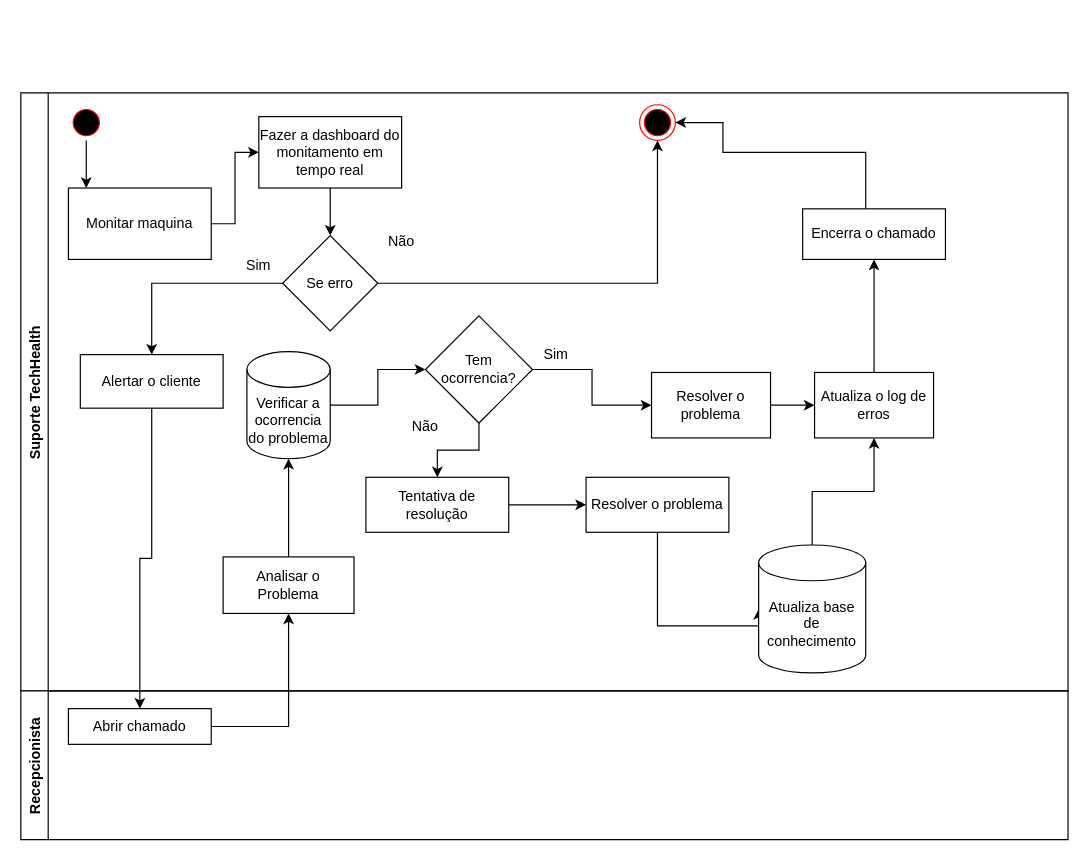
This is Sprint2/BPMN/BPMN - Tech Health.drawio from Grupo-9-SPTECH/Documentos-grupo9, a draw.io file, before an edit. Source tidied: cells renumbered, new cells numbered last; positions are measured from the earlier drawing's top-left corner, leaving out a move shared by most shapes. Both pictures are drawn from the tidied source at 119%, with x=0, y=0 at pixel (20, 92).
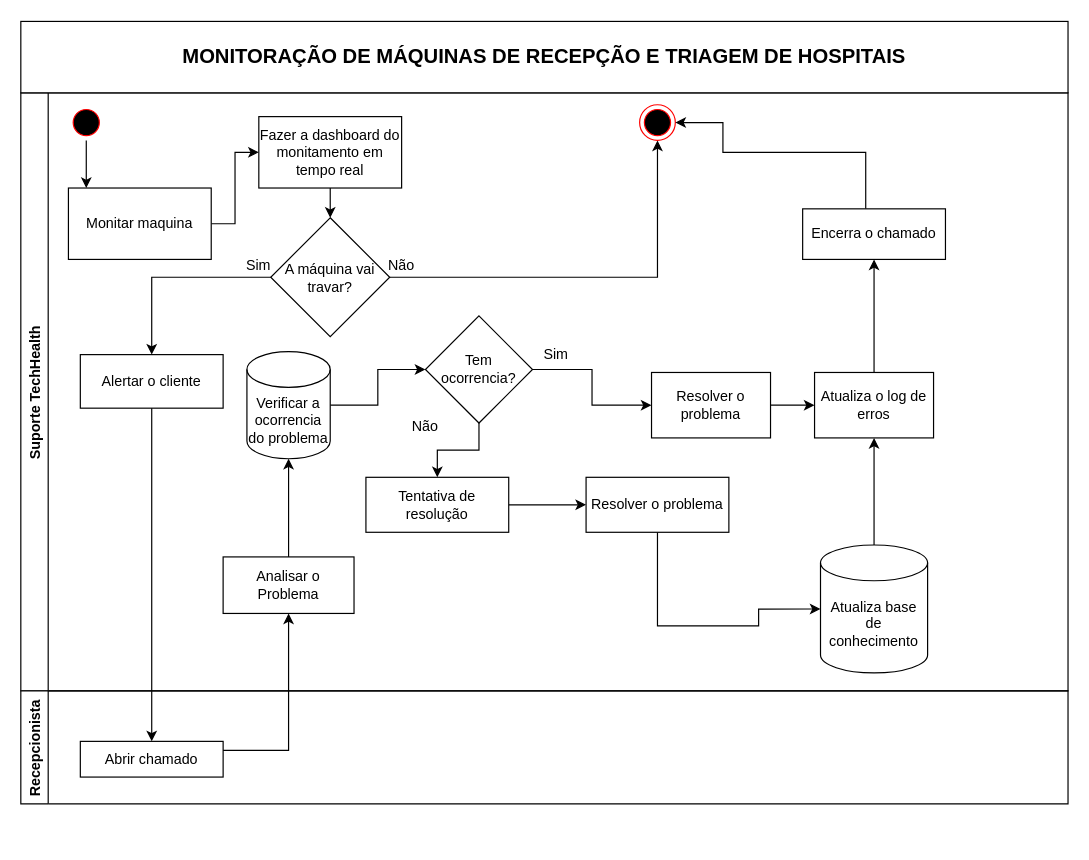
Above is the later version.

The change refers to these unchanged cells:
```xml
<mxCell id="2" value="Suporte TechHealth" style="swimlane;horizontal=0;" parent="1" vertex="1">
  <mxGeometry y="0.5" width="880" height="502.5" as="geometry" />
</mxCell>
<mxCell id="17" value="Analisar o Problema" style="whiteSpace=wrap;html=1;" parent="2" vertex="1">
  <mxGeometry x="170" y="390" width="110" height="47.5" as="geometry" />
</mxCell>
```

Diff of the diagram source:
```diff
@@
-    <mxCell id="10" value="Se erro" style="rhombus;whiteSpace=wrap;html=1;" parent="2" vertex="1">
-      <mxGeometry x="220" y="120" width="80" height="80" as="geometry" />
+    <mxCell id="10" value="A máquina vai travar?" style="rhombus;whiteSpace=wrap;html=1;" parent="2" vertex="1">
+      <mxGeometry x="210" y="105" width="100" height="100" as="geometry" />
     </mxCell>
@@
     <mxCell id="15" value="Não" style="text;html=1;strokeColor=none;fillColor=none;align=center;verticalAlign=middle;whiteSpace=wrap;rounded=0;" parent="2" vertex="1">
-      <mxGeometry x="290" y="110" width="60" height="30" as="geometry" />
+      <mxGeometry x="290" y="130" width="60" height="30" as="geometry" />
     </mxCell>
@@
     <mxCell id="34" value="Atualiza base de conhecimento" style="shape=cylinder3;whiteSpace=wrap;html=1;boundedLbl=1;backgroundOutline=1;size=15;" parent="2" vertex="1">
-      <mxGeometry x="620" y="380" width="90" height="107.5" as="geometry" />
+      <mxGeometry x="672" y="380" width="90" height="107.5" as="geometry" />
     </mxCell>
@@
     <mxCell id="37" value="Recepcionista" style="swimlane;horizontal=0;" parent="1" vertex="1">
-      <mxGeometry y="503" width="880" height="125" as="geometry" />
+      <mxGeometry y="503" width="880" height="95" as="geometry" />
     </mxCell>
     <mxCell id="38" value="Abrir chamado" style="whiteSpace=wrap;html=1;" parent="37" vertex="1">
-      <mxGeometry x="40" y="15" width="120" height="30" as="geometry" />
+      <mxGeometry x="50" y="42.5" width="120" height="30" as="geometry" />
     </mxCell>
@@
     <mxCell id="40" style="edgeStyle=orthogonalEdgeStyle;rounded=0;jettySize=auto;html=1;" parent="1" edge="1" source="38" target="17">
-      <mxGeometry relative="1" as="geometry" />
+      <mxGeometry relative="1" as="geometry">
+        <Array as="points">
+          <mxPoint x="225" y="553" />
+        </Array>
+      </mxGeometry>
     </mxCell>
+    <mxCell id="41" value="MONITORAÇÃO DE MÁQUINAS DE RECEPÇÃO E TRIAGEM DE HOSPITAIS" style="rounded=0;whiteSpace=wrap;html=1;fontStyle=1;fontSize=17;" parent="1" vertex="1">
+      <mxGeometry y="-59.5" width="880" height="60" as="geometry" />
+    </mxCell>
```
